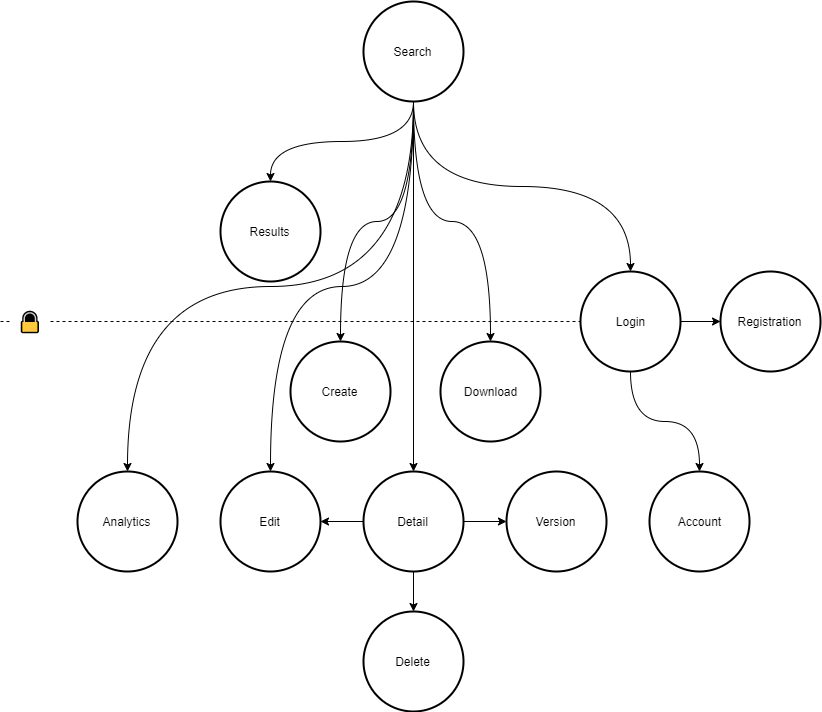
The draw.io diagram src/ui_flow.png in Skadisson/phoenix, before a commit. Source tidied: cells renumbered, new cells last; positions are measured from the earlier drawing's top-left corner, leaving out a move shared by most shapes.
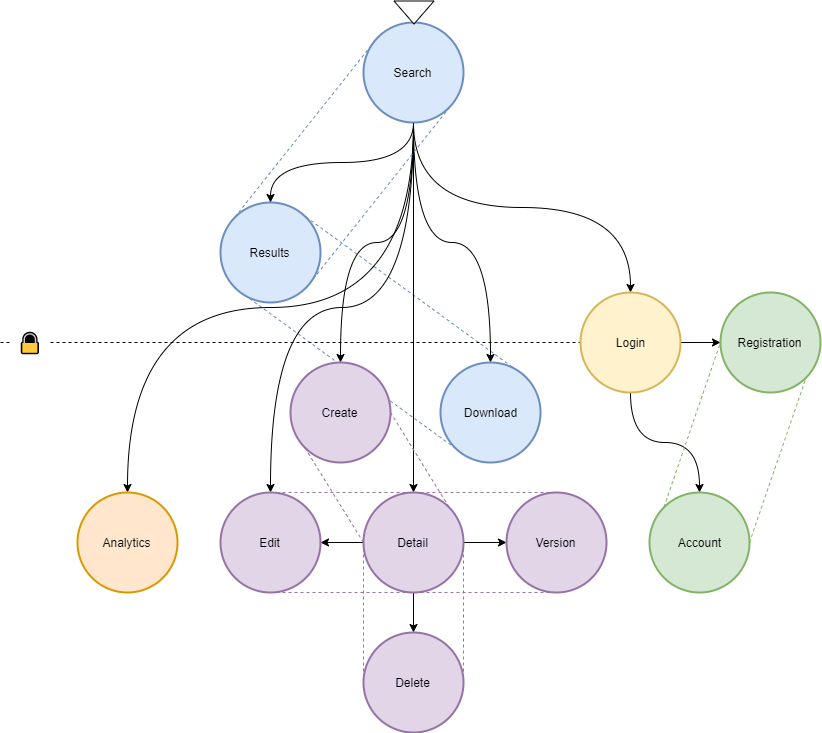
After the commit.

Change to the diagram source:
```diff
@@ -2,6 +2,12 @@
   <root>
     <mxCell id="0" />
     <mxCell id="1" parent="0" />
+    <mxCell id="30" style="endArrow=none;dashed=1;html=1;entryX=0.145;entryY=0.855;entryDx=0;entryDy=0;entryPerimeter=0;exitX=0.145;exitY=0.855;exitDx=0;exitDy=0;exitPerimeter=0;fillColor=#dae8fc;strokeColor=#6c8ebf;" parent="1" edge="1" source="25" target="14">
+      <mxGeometry relative="1" as="geometry" />
+    </mxCell>
+    <mxCell id="31" style="endArrow=none;dashed=1;html=1;entryX=0.855;entryY=0.145;entryDx=0;entryDy=0;entryPerimeter=0;exitX=0.855;exitY=0.145;exitDx=0;exitDy=0;exitPerimeter=0;fillColor=#dae8fc;strokeColor=#6c8ebf;" parent="1" edge="1" source="25" target="14">
+      <mxGeometry relative="1" as="geometry" />
+    </mxCell>
     <mxCell id="2" style="endArrow=none;dashed=1;html=1;" parent="1" edge="1" source="23" target="22">
       <mxGeometry relative="1" as="geometry" />
     </mxCell>
@@ -30,7 +36,7 @@
     <mxCell id="9" style="edgeStyle=orthogonalEdgeStyle;curved=1;rounded=0;jettySize=auto;html=1;entryX=0.5;entryY=0;entryDx=0;entryDy=0;entryPerimeter=0;exitX=0.5;exitY=1;exitDx=0;exitDy=0;exitPerimeter=0;" parent="1" edge="1" source="10" target="19">
       <mxGeometry relative="1" as="geometry" />
     </mxCell>
-    <mxCell id="10" value="Search" style="strokeWidth=2;html=1;shape=mxgraph.flowchart.start_2;whiteSpace=wrap;" parent="1" vertex="1">
+    <mxCell id="10" value="Search" style="strokeWidth=2;html=1;shape=mxgraph.flowchart.start_2;whiteSpace=wrap;fillColor=#dae8fc;strokeColor=#6c8ebf;" parent="1" vertex="1">
       <mxGeometry x="363" width="100" height="100" as="geometry" />
     </mxCell>
     <mxCell id="11" style="edgeStyle=orthogonalEdgeStyle;rounded=0;jettySize=auto;html=1;entryX=0.5;entryY=0;entryDx=0;entryDy=0;entryPerimeter=0;curved=1;exitX=0.5;exitY=1;exitDx=0;exitDy=0;exitPerimeter=0;" parent="1" edge="1" source="10" target="28">
@@ -39,10 +45,10 @@
     <mxCell id="12" style="edgeStyle=orthogonalEdgeStyle;curved=1;rounded=0;jettySize=auto;html=1;entryX=0.5;entryY=0;entryDx=0;entryDy=0;entryPerimeter=0;" parent="1" edge="1" source="13" target="29">
       <mxGeometry relative="1" as="geometry" />
     </mxCell>
-    <mxCell id="13" value="Login" style="strokeWidth=2;html=1;shape=mxgraph.flowchart.start_2;whiteSpace=wrap;" parent="1" vertex="1">
+    <mxCell id="13" value="Login" style="strokeWidth=2;html=1;shape=mxgraph.flowchart.start_2;whiteSpace=wrap;fillColor=#fff2cc;strokeColor=#d6b656;" parent="1" vertex="1">
       <mxGeometry x="580" y="270" width="100" height="100" as="geometry" />
     </mxCell>
-    <mxCell id="14" value="Download" style="strokeWidth=2;html=1;shape=mxgraph.flowchart.start_2;whiteSpace=wrap;" parent="1" vertex="1">
+    <mxCell id="14" value="Download" style="strokeWidth=2;html=1;shape=mxgraph.flowchart.start_2;whiteSpace=wrap;fillColor=#dae8fc;strokeColor=#6c8ebf;" parent="1" vertex="1">
       <mxGeometry x="440" y="340" width="100" height="100" as="geometry" />
     </mxCell>
     <mxCell id="15" style="edgeStyle=orthogonalEdgeStyle;curved=1;rounded=0;jettySize=auto;html=1;entryX=1;entryY=0.5;entryDx=0;entryDy=0;entryPerimeter=0;exitX=0;exitY=0.5;exitDx=0;exitDy=0;exitPerimeter=0;" parent="1" edge="1" source="18" target="20">
@@ -54,19 +60,19 @@
     <mxCell id="17" style="edgeStyle=orthogonalEdgeStyle;curved=1;rounded=0;jettySize=auto;html=1;entryX=0;entryY=0.5;entryDx=0;entryDy=0;entryPerimeter=0;endArrow=classic;endFill=1;" parent="1" edge="1" source="18" target="27">
       <mxGeometry relative="1" as="geometry" />
     </mxCell>
-    <mxCell id="18" value="Detail" style="strokeWidth=2;html=1;shape=mxgraph.flowchart.start_2;whiteSpace=wrap;" parent="1" vertex="1">
+    <mxCell id="18" value="Detail" style="strokeWidth=2;html=1;shape=mxgraph.flowchart.start_2;whiteSpace=wrap;fillColor=#e1d5e7;strokeColor=#9673a6;" parent="1" vertex="1">
       <mxGeometry x="363" y="470" width="100" height="100" as="geometry" />
     </mxCell>
-    <mxCell id="19" value="Create" style="strokeWidth=2;html=1;shape=mxgraph.flowchart.start_2;whiteSpace=wrap;" parent="1" vertex="1">
+    <mxCell id="19" value="Create" style="strokeWidth=2;html=1;shape=mxgraph.flowchart.start_2;whiteSpace=wrap;fillColor=#e1d5e7;strokeColor=#9673a6;" parent="1" vertex="1">
       <mxGeometry x="290" y="340" width="100" height="100" as="geometry" />
     </mxCell>
-    <mxCell id="20" value="Edit" style="strokeWidth=2;html=1;shape=mxgraph.flowchart.start_2;whiteSpace=wrap;" parent="1" vertex="1">
+    <mxCell id="20" value="Edit" style="strokeWidth=2;html=1;shape=mxgraph.flowchart.start_2;whiteSpace=wrap;fillColor=#e1d5e7;strokeColor=#9673a6;" parent="1" vertex="1">
       <mxGeometry x="220" y="470" width="100" height="100" as="geometry" />
     </mxCell>
-    <mxCell id="21" value="Delete" style="strokeWidth=2;html=1;shape=mxgraph.flowchart.start_2;whiteSpace=wrap;" parent="1" vertex="1">
+    <mxCell id="21" value="Delete" style="strokeWidth=2;html=1;shape=mxgraph.flowchart.start_2;whiteSpace=wrap;fillColor=#e1d5e7;strokeColor=#9673a6;" parent="1" vertex="1">
       <mxGeometry x="363" y="610" width="100" height="100" as="geometry" />
     </mxCell>
-    <mxCell id="22" value="Registration" style="strokeWidth=2;html=1;shape=mxgraph.flowchart.start_2;whiteSpace=wrap;" parent="1" vertex="1">
+    <mxCell id="22" value="Registration" style="strokeWidth=2;html=1;shape=mxgraph.flowchart.start_2;whiteSpace=wrap;fillColor=#d5e8d4;strokeColor=#82b366;" parent="1" vertex="1">
       <mxGeometry x="720" y="270" width="100" height="100" as="geometry" />
     </mxCell>
     <mxCell id="23" value="🔒" style="text;html=1;strokeColor=none;fillColor=none;align=center;verticalAlign=middle;whiteSpace=wrap;rounded=0;fontSize=20;" parent="1" vertex="1">
@@ -77,20 +83,53 @@
         <mxPoint y="320" as="sourcePoint" />
       </mxGeometry>
     </mxCell>
-    <mxCell id="25" value="Results" style="strokeWidth=2;html=1;shape=mxgraph.flowchart.start_2;whiteSpace=wrap;" parent="1" vertex="1">
+    <mxCell id="25" value="Results" style="strokeWidth=2;html=1;shape=mxgraph.flowchart.start_2;whiteSpace=wrap;fillColor=#dae8fc;strokeColor=#6c8ebf;" parent="1" vertex="1">
       <mxGeometry x="220" y="180" width="100" height="100" as="geometry" />
     </mxCell>
     <mxCell id="26" style="edgeStyle=orthogonalEdgeStyle;curved=1;rounded=0;jettySize=auto;html=1;entryX=0.5;entryY=0;entryDx=0;entryDy=0;entryPerimeter=0;exitX=0.5;exitY=1;exitDx=0;exitDy=0;exitPerimeter=0;" parent="1" edge="1" source="10" target="25">
       <mxGeometry relative="1" as="geometry" />
     </mxCell>
-    <mxCell id="27" value="Version" style="strokeWidth=2;html=1;shape=mxgraph.flowchart.start_2;whiteSpace=wrap;" parent="1" vertex="1">
+    <mxCell id="27" value="Version" style="strokeWidth=2;html=1;shape=mxgraph.flowchart.start_2;whiteSpace=wrap;fillColor=#e1d5e7;strokeColor=#9673a6;" parent="1" vertex="1">
       <mxGeometry x="506" y="470" width="100" height="100" as="geometry" />
     </mxCell>
-    <mxCell id="28" value="Analytics" style="strokeWidth=2;html=1;shape=mxgraph.flowchart.start_2;whiteSpace=wrap;" parent="1" vertex="1">
+    <mxCell id="28" value="Analytics" style="strokeWidth=2;html=1;shape=mxgraph.flowchart.start_2;whiteSpace=wrap;fillColor=#ffe6cc;strokeColor=#d79b00;" parent="1" vertex="1">
       <mxGeometry x="77" y="470" width="100" height="100" as="geometry" />
     </mxCell>
-    <mxCell id="29" value="Account" style="strokeWidth=2;html=1;shape=mxgraph.flowchart.start_2;whiteSpace=wrap;" parent="1" vertex="1">
+    <mxCell id="29" value="Account" style="strokeWidth=2;html=1;shape=mxgraph.flowchart.start_2;whiteSpace=wrap;fillColor=#d5e8d4;strokeColor=#82b366;" parent="1" vertex="1">
       <mxGeometry x="649" y="470" width="100" height="100" as="geometry" />
     </mxCell>
+    <mxCell id="32" style="endArrow=none;dashed=1;html=1;entryX=0.145;entryY=0.145;entryDx=0;entryDy=0;entryPerimeter=0;exitX=0.145;exitY=0.145;exitDx=0;exitDy=0;exitPerimeter=0;fillColor=#dae8fc;strokeColor=#6c8ebf;" parent="1" edge="1" source="25" target="10">
+      <mxGeometry relative="1" as="geometry" />
+    </mxCell>
+    <mxCell id="33" style="endArrow=none;dashed=1;html=1;entryX=0.855;entryY=0.855;entryDx=0;entryDy=0;entryPerimeter=0;exitX=0.855;exitY=0.855;exitDx=0;exitDy=0;exitPerimeter=0;fillColor=#dae8fc;strokeColor=#6c8ebf;" parent="1" edge="1" source="25" target="10">
+      <mxGeometry relative="1" as="geometry" />
+    </mxCell>
+    <mxCell id="34" style="endArrow=none;dashed=1;html=1;entryX=0;entryY=0.5;entryDx=0;entryDy=0;entryPerimeter=0;exitX=0.145;exitY=0.145;exitDx=0;exitDy=0;exitPerimeter=0;fillColor=#d5e8d4;strokeColor=#82b366;" parent="1" edge="1" source="29" target="22">
+      <mxGeometry relative="1" as="geometry" />
+    </mxCell>
+    <mxCell id="35" style="endArrow=none;dashed=1;html=1;entryX=0.855;entryY=0.855;entryDx=0;entryDy=0;entryPerimeter=0;exitX=1;exitY=0.5;exitDx=0;exitDy=0;exitPerimeter=0;fillColor=#d5e8d4;strokeColor=#82b366;" parent="1" edge="1" source="29" target="22">
+      <mxGeometry relative="1" as="geometry" />
+    </mxCell>
+    <mxCell id="36" style="endArrow=none;dashed=1;html=1;entryX=0.5;entryY=0;entryDx=0;entryDy=0;entryPerimeter=0;exitX=0.5;exitY=0;exitDx=0;exitDy=0;exitPerimeter=0;fillColor=#e1d5e7;strokeColor=#9673a6;" parent="1" edge="1" source="20" target="27">
+      <mxGeometry relative="1" as="geometry" />
+    </mxCell>
+    <mxCell id="37" style="endArrow=none;dashed=1;html=1;entryX=0.5;entryY=1;entryDx=0;entryDy=0;entryPerimeter=0;exitX=0.5;exitY=1;exitDx=0;exitDy=0;exitPerimeter=0;fillColor=#e1d5e7;strokeColor=#9673a6;" parent="1" edge="1" source="20" target="27">
+      <mxGeometry relative="1" as="geometry" />
+    </mxCell>
+    <mxCell id="38" style="endArrow=none;dashed=1;html=1;entryX=0;entryY=0.5;entryDx=0;entryDy=0;entryPerimeter=0;exitX=0.145;exitY=0.855;exitDx=0;exitDy=0;exitPerimeter=0;fillColor=#e1d5e7;strokeColor=#9673a6;" parent="1" edge="1" source="19" target="18">
+      <mxGeometry relative="1" as="geometry" />
+    </mxCell>
+    <mxCell id="39" style="endArrow=none;dashed=1;html=1;entryX=0.855;entryY=0.145;entryDx=0;entryDy=0;entryPerimeter=0;exitX=1;exitY=0.5;exitDx=0;exitDy=0;exitPerimeter=0;fillColor=#e1d5e7;strokeColor=#9673a6;" parent="1" edge="1" source="19" target="18">
+      <mxGeometry relative="1" as="geometry" />
+    </mxCell>
+    <mxCell id="40" style="endArrow=none;dashed=1;html=1;entryX=0;entryY=0.5;entryDx=0;entryDy=0;entryPerimeter=0;exitX=0;exitY=0.5;exitDx=0;exitDy=0;exitPerimeter=0;fillColor=#e1d5e7;strokeColor=#9673a6;" parent="1" edge="1" source="18" target="21">
+      <mxGeometry relative="1" as="geometry" />
+    </mxCell>
+    <mxCell id="41" style="endArrow=none;dashed=1;html=1;exitX=1;exitY=0.5;exitDx=0;exitDy=0;exitPerimeter=0;entryX=1;entryY=0.5;entryDx=0;entryDy=0;entryPerimeter=0;fillColor=#e1d5e7;strokeColor=#9673a6;" parent="1" edge="1" source="18" target="21">
+      <mxGeometry relative="1" as="geometry" />
+    </mxCell>
+    <mxCell id="42" style="triangle;whiteSpace=wrap;html=1;rotation=90;" parent="1" vertex="1">
+      <mxGeometry x="402" y="-30" width="23" height="40" as="geometry" />
+    </mxCell>
   </root>
 </mxGraphModel>
```
